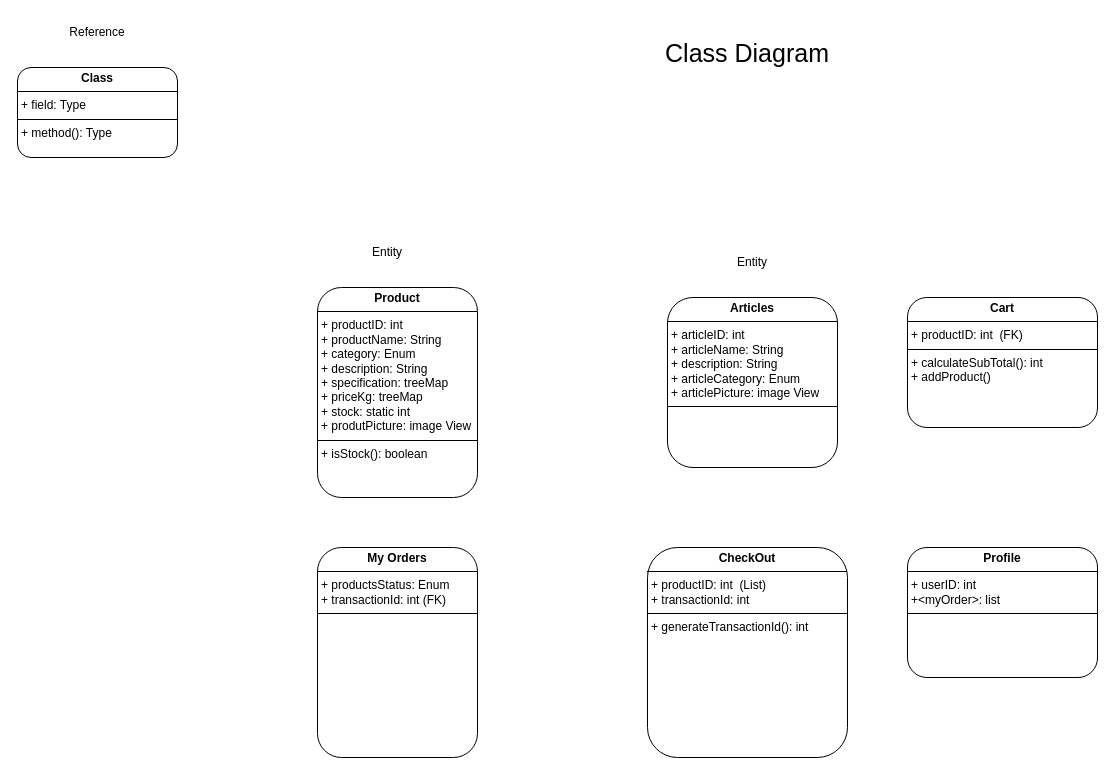
Before: TaniMart Class Diagram.drawio in DevX300/TaniMart-UML, a draw.io diagram. Source tidied: cells renumbered, new cells numbered last; positions are measured from the earlier drawing's top-left corner, leaving out a move shared by most shapes. Both pictures are drawn from the tidied source at 100%, with x=0, y=0 at pixel (17, 17).
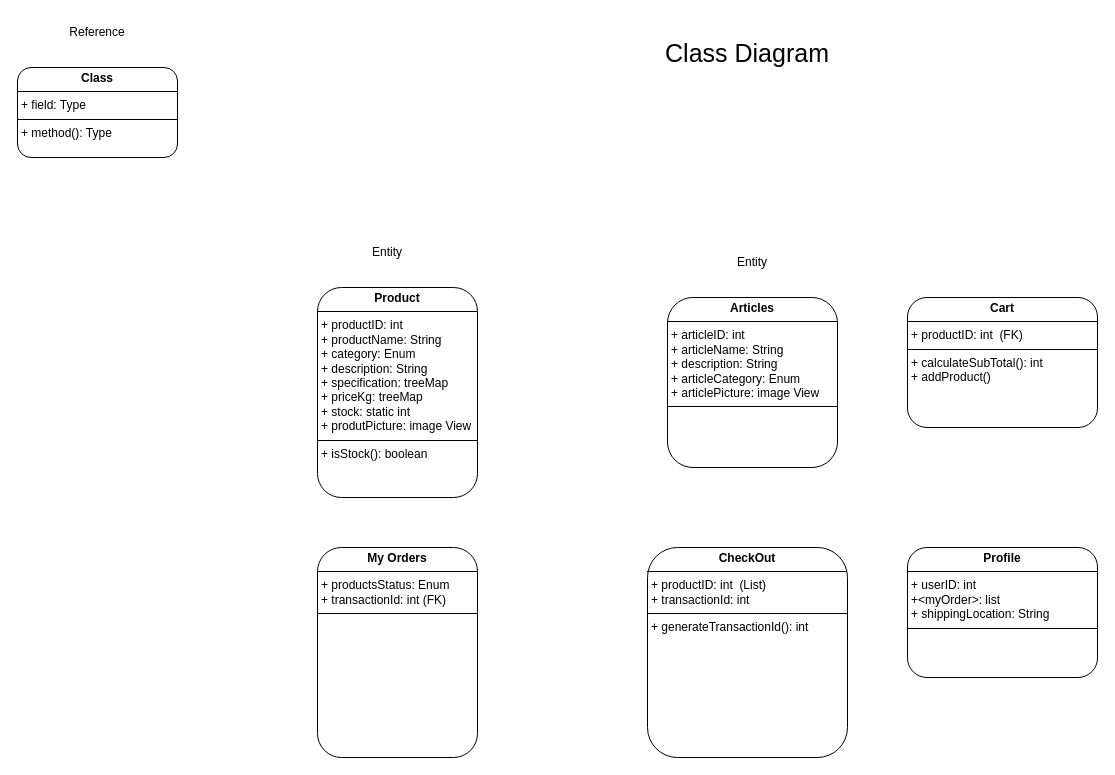
The same page after the edit.

What changed in the source:
```diff
@@
 <mxGraphModel>
   <root>
     <mxCell id="0" />
     <mxCell id="1" parent="0" />
     <mxCell id="2" value="&lt;p style=&quot;margin:0px;margin-top:4px;text-align:center;&quot;&gt;&lt;b&gt;Class&lt;/b&gt;&lt;/p&gt;&lt;hr size=&quot;1&quot; style=&quot;border-style:solid;&quot;/&gt;&lt;p style=&quot;margin:0px;margin-left:4px;&quot;&gt;+ field: Type&lt;/p&gt;&lt;hr size=&quot;1&quot; style=&quot;border-style:solid;&quot;/&gt;&lt;p style=&quot;margin:0px;margin-left:4px;&quot;&gt;+ method(): Type&lt;/p&gt;" style="verticalAlign=top;align=left;overflow=fill;html=1;whiteSpace=wrap;rounded=1;" parent="1" vertex="1">
       <mxGeometry y="50" width="160" height="90" as="geometry" />
     </mxCell>
     <mxCell id="3" value="&lt;p style=&quot;margin:0px;margin-top:4px;text-align:center;&quot;&gt;&lt;b&gt;Product&lt;/b&gt;&lt;/p&gt;&lt;hr size=&quot;1&quot; style=&quot;border-style:solid;&quot;&gt;&lt;p style=&quot;margin:0px;margin-left:4px;&quot;&gt;+ productID: int&lt;/p&gt;&lt;p style=&quot;margin:0px;margin-left:4px;&quot;&gt;+ productName: String&lt;/p&gt;&lt;p style=&quot;margin:0px;margin-left:4px;&quot;&gt;+ category: Enum&lt;/p&gt;&lt;p style=&quot;margin:0px;margin-left:4px;&quot;&gt;+ description: String&lt;/p&gt;&lt;p style=&quot;margin:0px;margin-left:4px;&quot;&gt;+ specification: treeMap&lt;/p&gt;&lt;p style=&quot;margin:0px;margin-left:4px;&quot;&gt;+ priceKg: treeMap&lt;/p&gt;&lt;p style=&quot;margin:0px;margin-left:4px;&quot;&gt;+ stock: static int&lt;/p&gt;&lt;p style=&quot;margin:0px;margin-left:4px;&quot;&gt;+ produtPicture: image View&lt;/p&gt;&lt;hr size=&quot;1&quot; style=&quot;border-style:solid;&quot;&gt;&lt;p style=&quot;margin:0px;margin-left:4px;&quot;&gt;+ isStock(): boolean&lt;/p&gt;" style="verticalAlign=top;align=left;overflow=fill;html=1;whiteSpace=wrap;rounded=1;" parent="1" vertex="1">
       <mxGeometry x="300" y="270" width="160" height="210" as="geometry" />
     </mxCell>
     <mxCell id="4" value="Entity" style="text;html=1;whiteSpace=wrap;strokeColor=none;fillColor=none;align=center;verticalAlign=middle;rounded=0;" parent="1" vertex="1">
       <mxGeometry x="340" y="220" width="60" height="30" as="geometry" />
     </mxCell>
     <mxCell id="5" value="&lt;font style=&quot;font-size: 25px;&quot;&gt;Class Diagram&lt;/font&gt;" style="text;html=1;whiteSpace=wrap;strokeColor=none;fillColor=none;align=center;verticalAlign=middle;rounded=0;" parent="1" vertex="1">
       <mxGeometry x="590" y="20" width="280" height="30" as="geometry" />
     </mxCell>
     <mxCell id="6" value="Reference" style="text;html=1;whiteSpace=wrap;strokeColor=none;fillColor=none;align=center;verticalAlign=middle;rounded=0;" parent="1" vertex="1">
       <mxGeometry x="50" width="60" height="30" as="geometry" />
     </mxCell>
     <mxCell id="7" value="&lt;p style=&quot;margin:0px;margin-top:4px;text-align:center;&quot;&gt;&lt;b&gt;Articles&lt;/b&gt;&lt;/p&gt;&lt;hr size=&quot;1&quot; style=&quot;border-style:solid;&quot;&gt;&lt;p style=&quot;margin:0px;margin-left:4px;&quot;&gt;+ articleID: int&lt;/p&gt;&lt;p style=&quot;margin:0px;margin-left:4px;&quot;&gt;+ articleName: String&lt;/p&gt;&lt;p style=&quot;margin:0px;margin-left:4px;&quot;&gt;+ description: String&lt;/p&gt;&lt;p style=&quot;margin:0px;margin-left:4px;&quot;&gt;+ articleCategory: Enum&lt;/p&gt;&lt;p style=&quot;margin:0px;margin-left:4px;&quot;&gt;+ articlePicture: image View&amp;nbsp;&lt;/p&gt;&lt;hr size=&quot;1&quot; style=&quot;border-style:solid;&quot;&gt;&lt;p style=&quot;margin:0px;margin-left:4px;&quot;&gt;&lt;br&gt;&lt;/p&gt;" style="verticalAlign=top;align=left;overflow=fill;html=1;whiteSpace=wrap;rounded=1;" parent="1" vertex="1">
       <mxGeometry x="650" y="280" width="170" height="170" as="geometry" />
     </mxCell>
     <mxCell id="8" value="Entity" style="text;html=1;whiteSpace=wrap;strokeColor=none;fillColor=none;align=center;verticalAlign=middle;rounded=0;" parent="1" vertex="1">
       <mxGeometry x="705" y="230" width="60" height="30" as="geometry" />
     </mxCell>
     <mxCell id="9" value="&lt;p style=&quot;margin:0px;margin-top:4px;text-align:center;&quot;&gt;&lt;b&gt;My Orders&lt;/b&gt;&lt;/p&gt;&lt;hr size=&quot;1&quot; style=&quot;border-style:solid;&quot;&gt;&lt;p style=&quot;margin:0px;margin-left:4px;&quot;&gt;&lt;span style=&quot;background-color: transparent; color: light-dark(rgb(0, 0, 0), rgb(255, 255, 255));&quot;&gt;+ productsStatus: Enum&lt;/span&gt;&lt;/p&gt;&lt;p style=&quot;margin:0px;margin-left:4px;&quot;&gt;+ transactionId: int (FK)&lt;/p&gt;&lt;hr size=&quot;1&quot; style=&quot;border-style:solid;&quot;&gt;&lt;p style=&quot;margin:0px;margin-left:4px;&quot;&gt;&lt;br&gt;&lt;/p&gt;" style="verticalAlign=top;align=left;overflow=fill;html=1;whiteSpace=wrap;rounded=1;" parent="1" vertex="1">
       <mxGeometry x="300" y="530" width="160" height="210" as="geometry" />
     </mxCell>
     <mxCell id="10" value="&lt;p style=&quot;margin:0px;margin-top:4px;text-align:center;&quot;&gt;&lt;b&gt;CheckOut&lt;/b&gt;&lt;/p&gt;&lt;hr size=&quot;1&quot; style=&quot;border-style:solid;&quot;&gt;&lt;p style=&quot;margin:0px;margin-left:4px;&quot;&gt;+ productID: int&amp;nbsp; (List)&amp;nbsp;&lt;/p&gt;&lt;p style=&quot;margin:0px;margin-left:4px;&quot;&gt;+ transactionId: int&lt;/p&gt;&lt;hr size=&quot;1&quot; style=&quot;border-style:solid;&quot;&gt;&lt;p style=&quot;margin:0px;margin-left:4px;&quot;&gt;+ generateTransactionId(): int&lt;/p&gt;" style="verticalAlign=top;align=left;overflow=fill;html=1;whiteSpace=wrap;rounded=1;" parent="1" vertex="1">
       <mxGeometry x="630" y="530" width="200" height="210" as="geometry" />
     </mxCell>
-    <mxCell id="11" value="&lt;p style=&quot;margin:0px;margin-top:4px;text-align:center;&quot;&gt;&lt;b&gt;Profile&lt;/b&gt;&lt;/p&gt;&lt;hr size=&quot;1&quot; style=&quot;border-style:solid;&quot;&gt;&lt;p style=&quot;margin:0px;margin-left:4px;&quot;&gt;+ userID: int&lt;/p&gt;&lt;p style=&quot;margin:0px;margin-left:4px;&quot;&gt;+&amp;lt;myOrder&amp;gt;: list&amp;nbsp;&lt;/p&gt;&lt;hr size=&quot;1&quot; style=&quot;border-style:solid;&quot;&gt;&lt;p style=&quot;margin:0px;margin-left:4px;&quot;&gt;&lt;br&gt;&lt;/p&gt;" style="verticalAlign=top;align=left;overflow=fill;html=1;whiteSpace=wrap;rounded=1;" parent="1" vertex="1">
+    <mxCell id="11" value="&lt;p style=&quot;margin:0px;margin-top:4px;text-align:center;&quot;&gt;&lt;b&gt;Profile&lt;/b&gt;&lt;/p&gt;&lt;hr size=&quot;1&quot; style=&quot;border-style:solid;&quot;&gt;&lt;p style=&quot;margin:0px;margin-left:4px;&quot;&gt;+ userID: int&lt;/p&gt;&lt;p style=&quot;margin:0px;margin-left:4px;&quot;&gt;+&amp;lt;myOrder&amp;gt;: list&amp;nbsp;&lt;/p&gt;&lt;p style=&quot;margin:0px;margin-left:4px;&quot;&gt;+ shippingLocation: String&lt;/p&gt;&lt;hr size=&quot;1&quot; style=&quot;border-style:solid;&quot;&gt;&lt;p style=&quot;margin:0px;margin-left:4px;&quot;&gt;&lt;br&gt;&lt;/p&gt;" style="verticalAlign=top;align=left;overflow=fill;html=1;whiteSpace=wrap;rounded=1;" parent="1" vertex="1">
       <mxGeometry x="890" y="530" width="190" height="130" as="geometry" />
     </mxCell>
     <mxCell id="12" value="&lt;p style=&quot;margin:0px;margin-top:4px;text-align:center;&quot;&gt;&lt;b&gt;Cart&lt;/b&gt;&lt;/p&gt;&lt;hr size=&quot;1&quot; style=&quot;border-style:solid;&quot;&gt;&lt;p style=&quot;margin:0px;margin-left:4px;&quot;&gt;+ productID: int&amp;nbsp; (FK)&lt;/p&gt;&lt;hr size=&quot;1&quot; style=&quot;border-style:solid;&quot;&gt;&lt;p style=&quot;margin:0px;margin-left:4px;&quot;&gt;+ calculateSubTotal(): int&lt;/p&gt;&lt;p style=&quot;margin:0px;margin-left:4px;&quot;&gt;+ addProduct()&lt;/p&gt;" style="verticalAlign=top;align=left;overflow=fill;html=1;whiteSpace=wrap;rounded=1;" parent="1" vertex="1">
       <mxGeometry x="890" y="280" width="190" height="130" as="geometry" />
     </mxCell>
   </root>
 </mxGraphModel>
```
